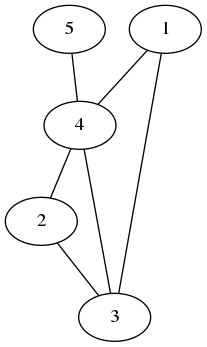
Above: config/graph.dot.png in Boneau2007/VAA (Graphviz), before the change. Its source is kept beside it as config/graph.dot.
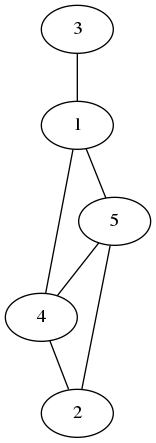
The same file after the commit.

The edit, as a diff of the source:
```diff
@@ -1,8 +1,8 @@
 graph G {
-1 -- 4;
-2 -- 3;
-3 -- 4;
+1 -- 5;
+2 -- 5;
+3 -- 1;
 4 -- 2;
 5 -- 4;
-1 -- 3;
+1 -- 4;
 }
```
